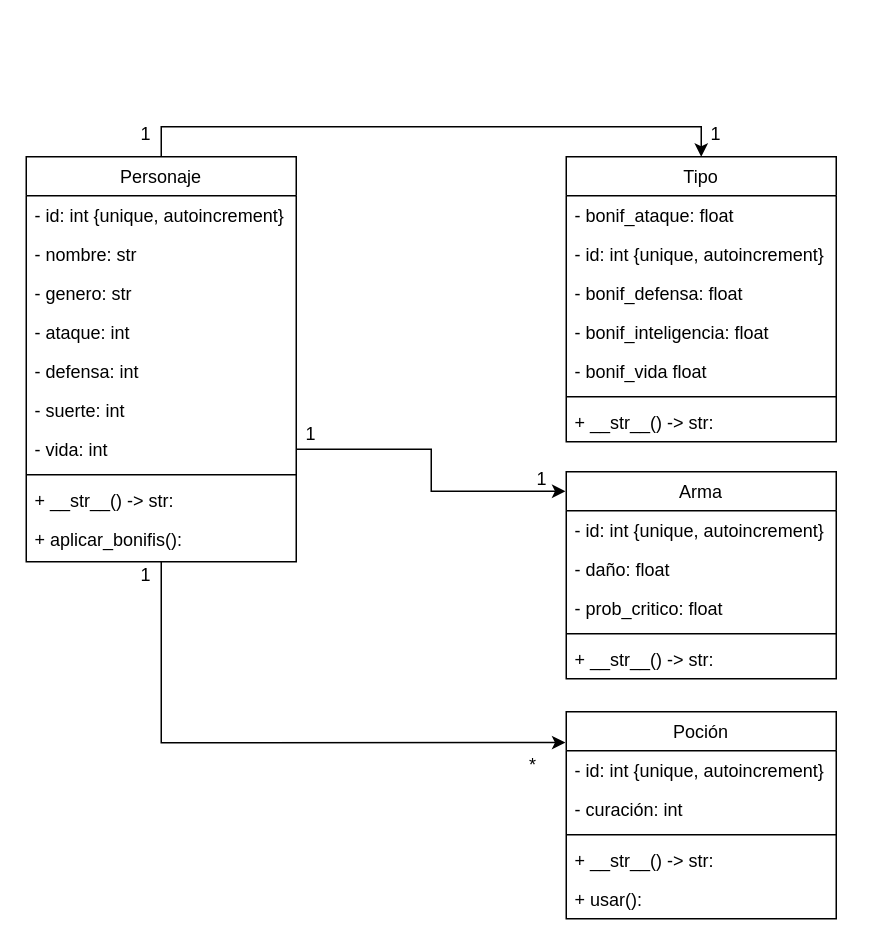
RodoM/TP-PII keeps this draw.io diagram as diagrama_uml.drawio. Above is the earlier version. Source tidied: cells renumbered, new cells numbered last; positions are measured from the earlier drawing's top-left corner, leaving out a move shared by most shapes. Both pictures are drawn from the tidied source at 150%, with x=0, y=0 at pixel (26, 111).
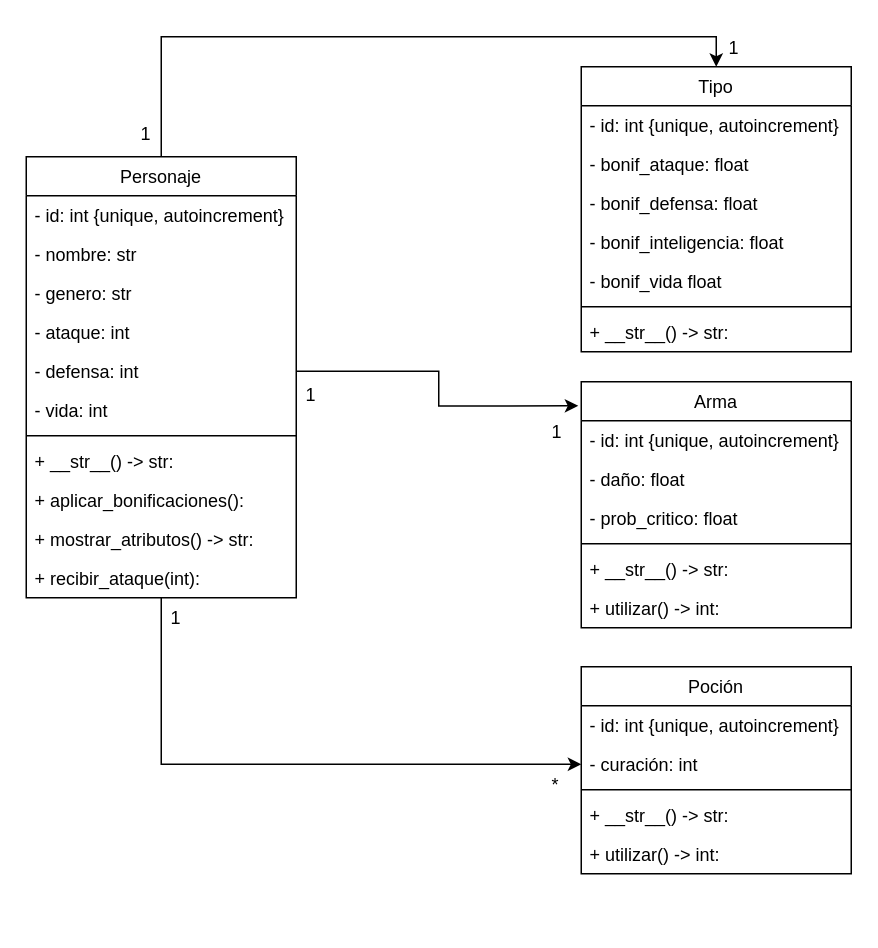
The same page after the edit.

Unchanged cells that the change refers to:
```xml
<mxCell id="8" value="- defensa: int" style="text;align=left;verticalAlign=top;spacingLeft=4;spacingRight=4;overflow=hidden;points=[[0,0.5],[1,0.5]];portConstraint=eastwest;rounded=0;shadow=0;html=0;" parent="3" vertex="1">
  <mxGeometry y="130" width="180" height="26" as="geometry" />
</mxCell>
<mxCell id="30" value="- curación: int" style="text;align=left;verticalAlign=top;spacingLeft=4;spacingRight=4;overflow=hidden;points=[[0,0.5],[1,0.5]];portConstraint=eastwest;rounded=0;shadow=0;html=0;" parent="28" vertex="1">
  <mxGeometry y="52" width="180" height="26" as="geometry" />
</mxCell>
```

Diff of the diagram source:
```diff
@@
+    <mxCell id="42" style="edgeStyle=orthogonalEdgeStyle;rounded=0;jettySize=auto;html=1;entryX=0;entryY=0.5;entryDx=0;entryDy=0;" parent="1" edge="1" source="3" target="30">
+      <mxGeometry relative="1" as="geometry" />
+    </mxCell>
     <mxCell id="3" value="Personaje" style="swimlane;fontStyle=0;align=center;verticalAlign=top;horizontal=1;startSize=26;rounded=0;shadow=0;strokeWidth=1;" parent="1" vertex="1">
-      <mxGeometry y="30" width="180" height="270" as="geometry" />
+      <mxGeometry y="30" width="180" height="294" as="geometry" />
     </mxCell>
@@
-    <mxCell id="9" value="- suerte: int" style="text;align=left;verticalAlign=top;spacingLeft=4;spacingRight=4;overflow=hidden;rounded=0;shadow=0;html=0;" parent="3" vertex="1">
-      <mxGeometry y="156" width="180" height="26" as="geometry" />
-    </mxCell>
     <mxCell id="10" value="- vida: int" style="text;align=left;verticalAlign=top;spacingLeft=4;spacingRight=4;overflow=hidden;points=[[0,0.5],[1,0.5]];portConstraint=eastwest;rounded=0;shadow=0;html=0;" parent="3" vertex="1">
-      <mxGeometry y="182" width="180" height="26" as="geometry" />
+      <mxGeometry y="156" width="180" height="26" as="geometry" />
     </mxCell>
     <mxCell id="11" style="line;html=1;strokeWidth=1;align=left;verticalAlign=middle;spacingTop=-1;spacingLeft=3;spacingRight=3;labelPosition=right;" parent="3" vertex="1">
-      <mxGeometry y="208" width="180" height="8" as="geometry" />
+      <mxGeometry y="182" width="180" height="8" as="geometry" />
     </mxCell>
     <mxCell id="12" value="+ __str__() -&gt; str:" style="text;align=left;verticalAlign=top;spacingLeft=4;spacingRight=4;overflow=hidden;" parent="3" vertex="1">
-      <mxGeometry y="216" width="180" height="26" as="geometry" />
+      <mxGeometry y="190" width="180" height="26" as="geometry" />
     </mxCell>
-    <mxCell id="13" value="+ aplicar_bonifis():" style="text;align=left;verticalAlign=top;spacingLeft=4;spacingRight=4;overflow=hidden;" parent="3" vertex="1">
-      <mxGeometry y="242" width="180" height="26" as="geometry" />
+    <mxCell id="13" value="+ aplicar_bonificaciones():" style="text;align=left;verticalAlign=top;spacingLeft=4;spacingRight=4;overflow=hidden;" parent="3" vertex="1">
+      <mxGeometry y="216" width="180" height="26" as="geometry" />
     </mxCell>
+    <mxCell id="43" value="+ mostrar_atributos() -&gt; str:" style="text;align=left;verticalAlign=top;spacingLeft=4;spacingRight=4;overflow=hidden;" parent="3" vertex="1">
+      <mxGeometry y="242" width="180" height="26" as="geometry" />
+    </mxCell>
+    <mxCell id="44" value="+ recibir_ataque(int):" style="text;align=left;verticalAlign=top;spacingLeft=4;spacingRight=4;overflow=hidden;" parent="3" vertex="1">
+      <mxGeometry y="268" width="180" height="26" as="geometry" />
+    </mxCell>
     <mxCell id="14" value="Tipo" style="swimlane;fontStyle=0;align=center;verticalAlign=top;horizontal=1;startSize=26;rounded=0;shadow=0;strokeWidth=1;" parent="1" vertex="1">
-      <mxGeometry x="360" y="30" width="180" height="190" as="geometry" />
+      <mxGeometry x="370" y="-30" width="180" height="190" as="geometry" />
     </mxCell>
+    <mxCell id="16" value="- id: int {unique, autoincrement}" style="text;align=left;verticalAlign=top;spacingLeft=4;spacingRight=4;overflow=hidden;" parent="14" vertex="1">
+      <mxGeometry y="26" width="180" height="26" as="geometry" />
+    </mxCell>
     <mxCell id="15" value="- bonif_ataque: float" style="text;align=left;verticalAlign=top;spacingLeft=4;spacingRight=4;overflow=hidden;rounded=0;shadow=0;html=0;" parent="14" vertex="1">
-      <mxGeometry y="26" width="180" height="26" as="geometry" />
+      <mxGeometry y="52" width="180" height="26" as="geometry" />
     </mxCell>
-    <mxCell id="16" value="- id: int {unique, autoincrement}" style="text;align=left;verticalAlign=top;spacingLeft=4;spacingRight=4;overflow=hidden;" parent="14" vertex="1">
-      <mxGeometry y="52" width="180" height="26" as="geometry" />
-    </mxCell>
@@
     <mxCell id="22" value="Arma" style="swimlane;fontStyle=0;align=center;verticalAlign=top;horizontal=1;startSize=26;rounded=0;shadow=0;strokeWidth=1;" parent="1" vertex="1">
-      <mxGeometry x="360" y="240" width="180" height="138" as="geometry" />
+      <mxGeometry x="370" y="180" width="180" height="164" as="geometry" />
     </mxCell>
@@
+    <mxCell id="45" value="+ utilizar() -&gt; int:" style="text;align=left;verticalAlign=top;spacingLeft=4;spacingRight=4;overflow=hidden;" parent="22" vertex="1">
+      <mxGeometry y="138" width="180" height="26" as="geometry" />
+    </mxCell>
     <mxCell id="28" value="Poción" style="swimlane;fontStyle=0;align=center;verticalAlign=top;horizontal=1;startSize=26;rounded=0;shadow=0;strokeWidth=1;" parent="1" vertex="1">
-      <mxGeometry x="360" y="400" width="180" height="138" as="geometry" />
+      <mxGeometry x="370" y="370" width="180" height="138" as="geometry" />
     </mxCell>
@@
-    <mxCell id="33" value="+ usar():" style="text;align=left;verticalAlign=top;spacingLeft=4;spacingRight=4;overflow=hidden;" parent="28" vertex="1">
-      <mxGeometry y="112" width="180" height="26" as="geometry" />
-    </mxCell>
-    <mxCell id="34" style="edgeStyle=orthogonalEdgeStyle;rounded=0;jettySize=auto;html=1;exitX=0.5;exitY=1;exitDx=0;exitDy=0;entryX=-0.003;entryY=0.149;entryDx=0;entryDy=0;entryPerimeter=0;" parent="1" edge="1" source="3" target="28">
-      <mxGeometry relative="1" as="geometry">
-        <Array as="points">
-          <mxPoint x="90" y="421" />
-        </Array>
-      </mxGeometry>
-    </mxCell>
-    <mxCell id="35" style="edgeStyle=orthogonalEdgeStyle;rounded=0;jettySize=auto;html=1;exitX=1;exitY=0.5;exitDx=0;exitDy=0;entryX=-0.003;entryY=0.094;entryDx=0;entryDy=0;entryPerimeter=0;" parent="1" edge="1" source="10" target="22">
-      <mxGeometry relative="1" as="geometry" />
-    </mxCell>
+    <mxCell id="46" value="+ utilizar() -&gt; int:" style="text;align=left;verticalAlign=top;spacingLeft=4;spacingRight=4;overflow=hidden;" parent="28" vertex="1">
+      <mxGeometry y="112" width="180" height="26" as="geometry" />
+    </mxCell>
@@
     <mxCell id="37" value="1" style="text;strokeColor=none;align=center;fillColor=none;html=1;verticalAlign=middle;whiteSpace=wrap;rounded=0;" parent="1" vertex="1">
-      <mxGeometry x="430" width="60" height="30" as="geometry" />
+      <mxGeometry x="442" y="-57" width="60" height="30" as="geometry" />
     </mxCell>
     <mxCell id="38" value="1" style="text;strokeColor=none;align=center;fillColor=none;html=1;verticalAlign=middle;whiteSpace=wrap;rounded=0;" parent="1" vertex="1">
-      <mxGeometry x="160" y="200" width="60" height="30" as="geometry" />
+      <mxGeometry x="160" y="174" width="60" height="30" as="geometry" />
     </mxCell>
     <mxCell id="39" value="1" style="text;strokeColor=none;align=center;fillColor=none;html=1;verticalAlign=middle;whiteSpace=wrap;rounded=0;" parent="1" vertex="1">
-      <mxGeometry x="314" y="230" width="60" height="30" as="geometry" />
+      <mxGeometry x="324" y="199" width="60" height="30" as="geometry" />
     </mxCell>
+    <mxCell id="41" value="*" style="text;strokeColor=none;align=center;fillColor=none;html=1;verticalAlign=middle;whiteSpace=wrap;rounded=0;" parent="1" vertex="1">
+      <mxGeometry x="345" y="443" width="16" height="12" as="geometry" />
+    </mxCell>
     <mxCell id="40" value="1" style="text;strokeColor=none;align=center;fillColor=none;html=1;verticalAlign=middle;whiteSpace=wrap;rounded=0;" parent="1" vertex="1">
-      <mxGeometry x="50" y="294" width="60" height="30" as="geometry" />
+      <mxGeometry x="70" y="323" width="60" height="30" as="geometry" />
     </mxCell>
-    <mxCell id="41" value="*" style="text;strokeColor=none;align=center;fillColor=none;html=1;verticalAlign=middle;whiteSpace=wrap;rounded=0;" parent="1" vertex="1">
-      <mxGeometry x="330" y="430" width="16" height="12" as="geometry" />
-    </mxCell>
+    <mxCell id="47" style="edgeStyle=orthogonalEdgeStyle;rounded=0;jettySize=auto;html=1;entryX=-0.011;entryY=0.098;entryDx=0;entryDy=0;entryPerimeter=0;" parent="1" edge="1" source="8" target="22">
+      <mxGeometry relative="1" as="geometry" />
+    </mxCell>
```
